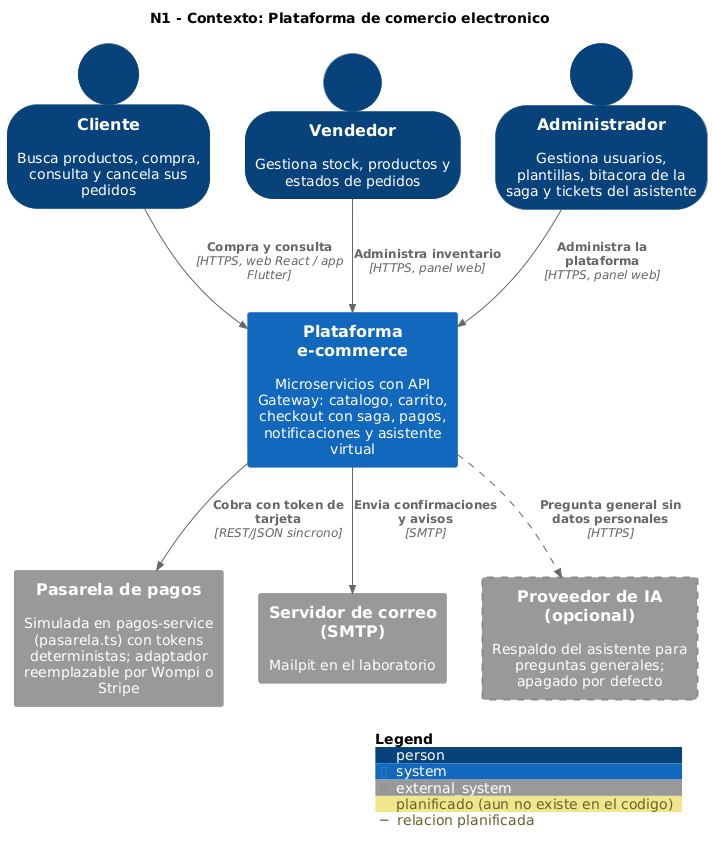
This is docs/c4/png/01-contexto.png from SerBy48/Proyecto-EIS-II, a PlantUML export, as it was before one commit.
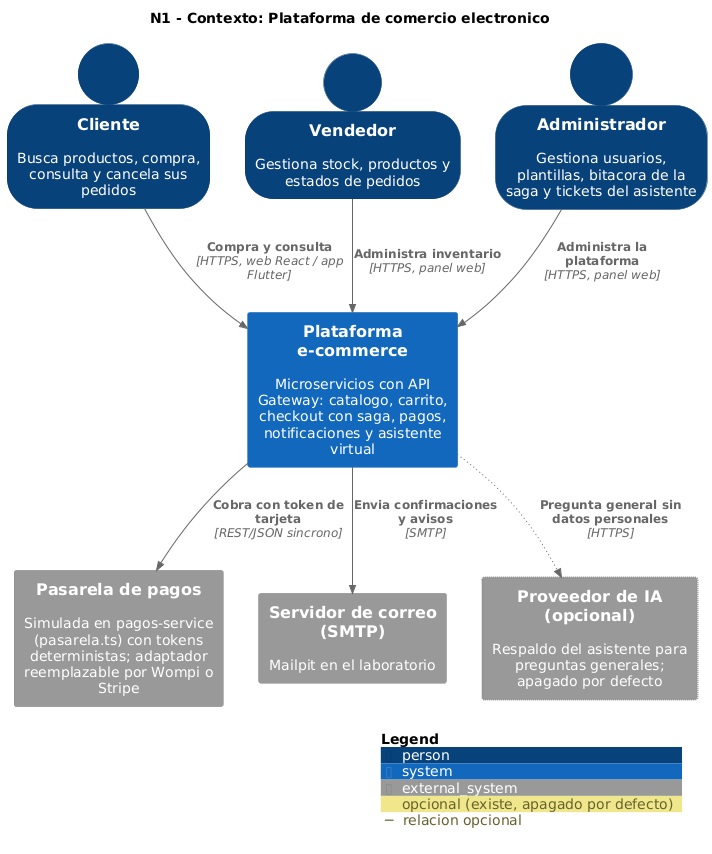
After the commit.

What changed in the source:
```diff
@@ -11,14 +11,14 @@
 
 System_Ext(pasarela, "Pasarela de pagos", "Simulada en pagos-service (pasarela.ts) con tokens deterministas; adaptador reemplazable por Wompi o Stripe")
 System_Ext(correo, "Servidor de correo (SMTP)", "Mailpit en el laboratorio")
-System_Ext(ia, "Proveedor de IA (opcional)", "Respaldo del asistente para preguntas generales; apagado por defecto", $tags="planificado")
+System_Ext(ia, "Proveedor de IA (opcional)", "Respaldo del asistente para preguntas generales; apagado por defecto", $tags="opcional")
 
 Rel(cliente, plataforma, "Compra y consulta", "HTTPS, web React / app Flutter")
 Rel(vendedor, plataforma, "Administra inventario", "HTTPS, panel web")
 Rel(admin, plataforma, "Administra la plataforma", "HTTPS, panel web")
 Rel(plataforma, pasarela, "Cobra con token de tarjeta", "REST/JSON sincrono")
 Rel(plataforma, correo, "Envia confirmaciones y avisos", "SMTP")
-Rel(plataforma, ia, "Pregunta general sin datos personales", "HTTPS", $tags="planificado")
+Rel(plataforma, ia, "Pregunta general sin datos personales", "HTTPS", $tags="opcional")
 
 SHOW_LEGEND()
 @enduml
```
